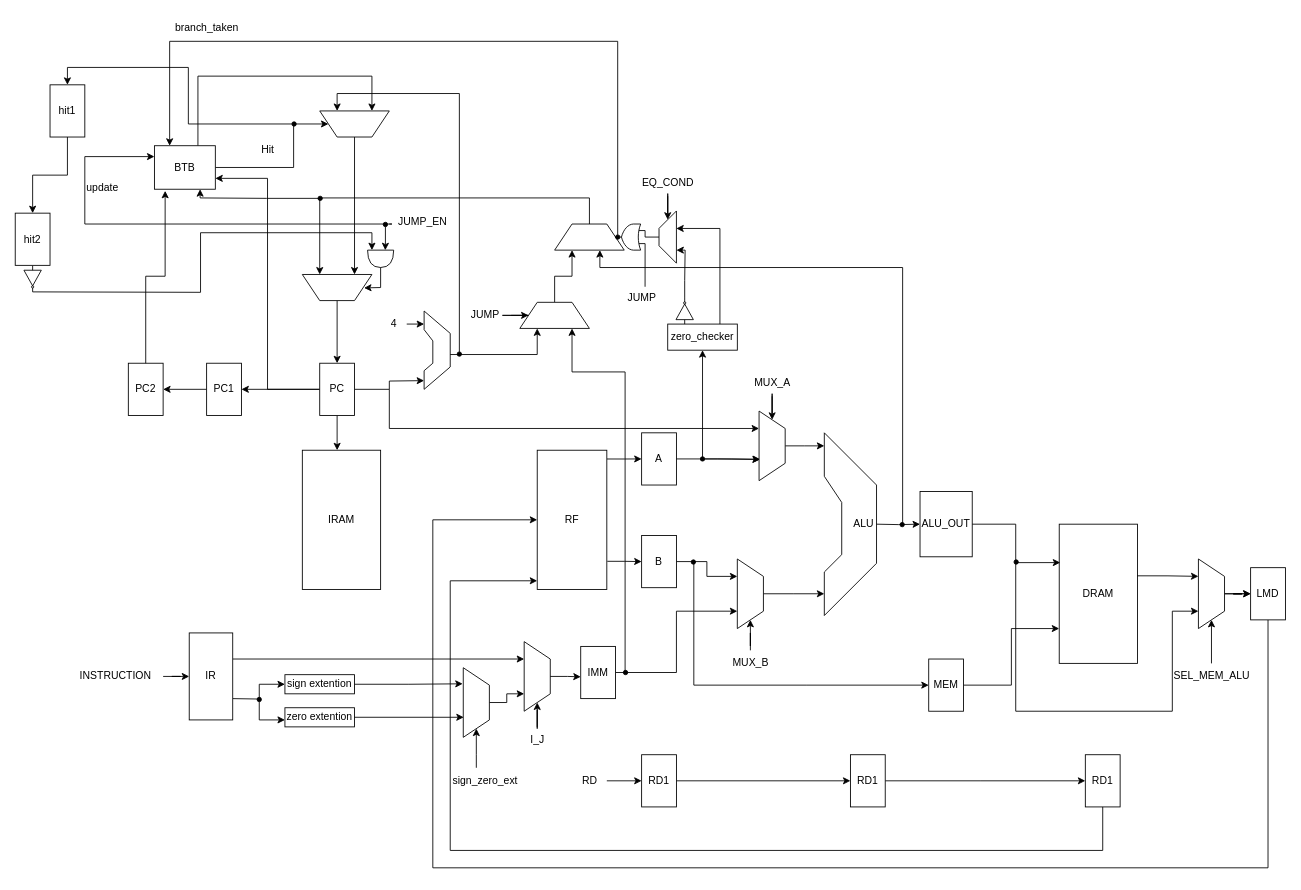
Luca-002/dlx keeps this draw.io diagram as dlx.drawio. Above is the earlier version. Source tidied: cells renumbered, new cells numbered last; positions are measured from the earlier drawing's top-left corner, leaving out a move shared by most shapes. Both pictures are drawn from the tidied source at 87%, with x=0, y=0 at pixel (15, 15).
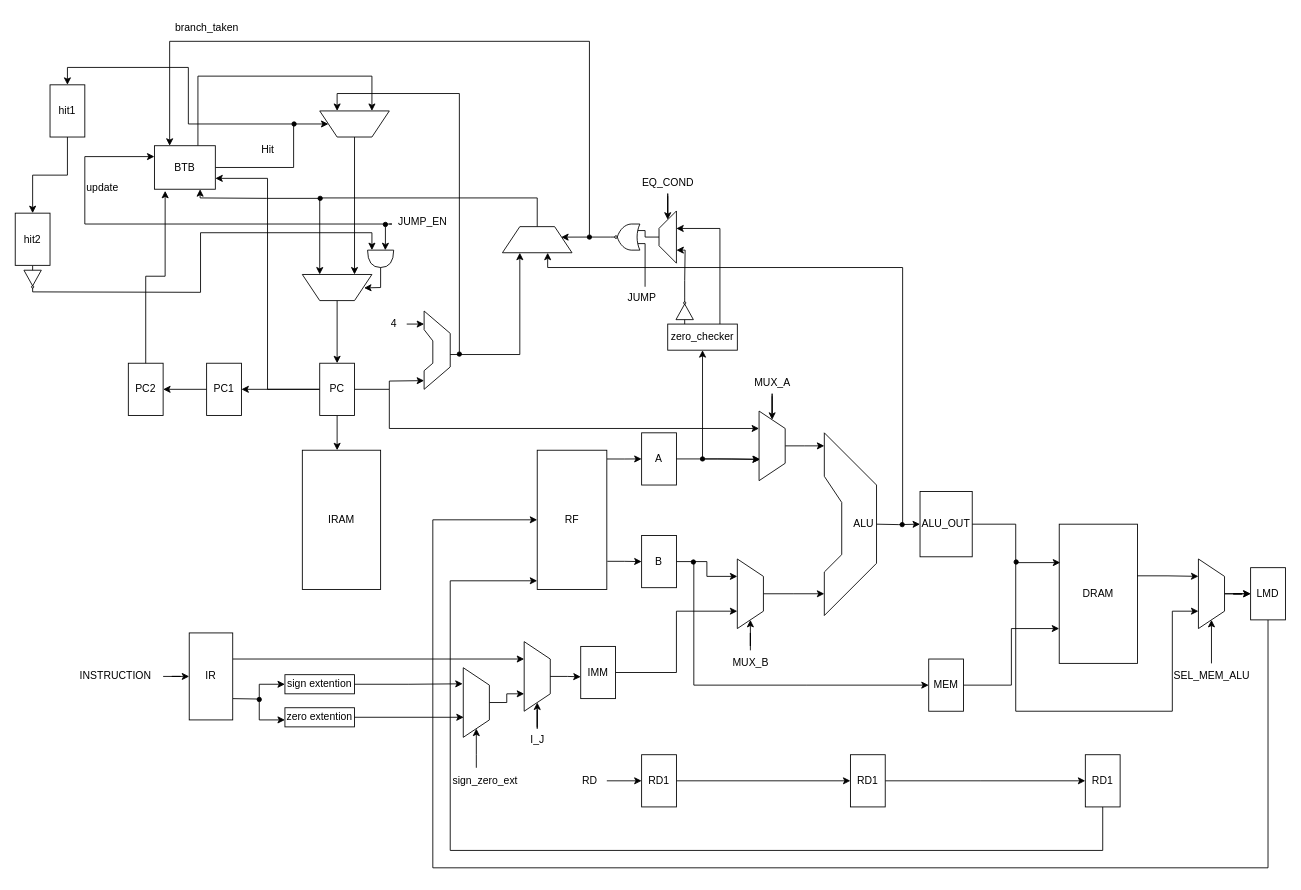
Above is the later version.

The change refers to these unchanged cells:
```xml
<mxCell id="79" style="shape=trapezoid;perimeter=trapezoidPerimeter;whiteSpace=wrap;html=1;fixedSize=1;rotation=-90;" parent="1" vertex="1">
  <mxGeometry x="720" y="245" width="60" height="20" as="geometry" />
</mxCell>
<mxCell id="100" style="shape=trapezoid;perimeter=trapezoidPerimeter;whiteSpace=wrap;html=1;fixedSize=1;rotation=-180;" parent="1" vertex="1">
  <mxGeometry x="330" y="298" width="80" height="30" as="geometry" />
</mxCell>
<mxCell id="102" value="JUMP" style="text;html=1;align=center;verticalAlign=middle;points=[];strokeColor=none;fillColor=none;" parent="1" vertex="1">
  <mxGeometry x="690" y="310" width="60" height="30" as="geometry" />
</mxCell>
<mxCell id="110" value="&lt;div&gt;BTB&lt;/div&gt;" style="whiteSpace=wrap;html=1;" parent="1" vertex="1">
  <mxGeometry x="160" y="150" width="70" height="50" as="geometry" />
</mxCell>
```

Diff of the diagram source:
```diff
@@
     <mxCell id="66" style="edgeStyle=orthogonalEdgeStyle;rounded=0;jettySize=auto;html=1;entryX=0.75;entryY=1;entryDx=0;entryDy=0;" parent="1" edge="1" source="67" target="100">
       <mxGeometry relative="1" as="geometry">
         <Array as="points">
-          <mxPoint x="660" y="210" />
+          <mxPoint x="600" y="210" />
           <mxPoint x="350" y="210" />
         </Array>
       </mxGeometry>
     </mxCell>
     <mxCell id="67" style="shape=trapezoid;perimeter=trapezoidPerimeter;whiteSpace=wrap;html=1;fixedSize=1;rotation=0;" parent="1" vertex="1">
-      <mxGeometry x="620" y="240" width="80" height="30" as="geometry" />
+      <mxGeometry x="560" y="243" width="80" height="30" as="geometry" />
     </mxCell>
     <mxCell id="68" style="edgeStyle=orthogonalEdgeStyle;rounded=0;orthogonalLoop=1;jettySize=auto;html=1;" parent="1" edge="1">
       <mxGeometry relative="1" as="geometry">
         <mxPoint x="1020" y="585" as="sourcePoint" />
-        <mxPoint x="672" y="270" as="targetPoint" />
+        <mxPoint x="612" y="273" as="targetPoint" />
         <Array as="points">
           <mxPoint x="1020" y="290" />
-          <mxPoint x="672" y="290" />
+          <mxPoint x="612" y="290" />
         </Array>
       </mxGeometry>
     </mxCell>
@@
-    <mxCell id="77" style="edgeStyle=orthogonalEdgeStyle;rounded=0;jettySize=auto;html=1;entryX=0;entryY=0.5;entryDx=0;entryDy=0;" parent="1" edge="1" source="78" target="97">
-      <mxGeometry relative="1" as="geometry" />
-    </mxCell>
-    <mxCell id="78" value="JUMP" style="text;html=1;align=center;verticalAlign=middle;points=[];strokeColor=none;fillColor=none;" parent="1" vertex="1">
-      <mxGeometry x="510" y="330" width="60" height="30" as="geometry" />
-    </mxCell>
@@
-    <mxCell id="90" style="endArrow=classic;html=1;rounded=0;entryX=0.75;entryY=1;entryDx=0;entryDy=0;" parent="1" edge="1" target="97">
-      <mxGeometry relative="1" as="geometry">
-        <mxPoint x="701" y="755" as="sourcePoint" />
-        <Array as="points">
-          <mxPoint x="701" y="410" />
-          <mxPoint x="640" y="410" />
-        </Array>
-      </mxGeometry>
-    </mxCell>
-    <mxCell id="91" style="ellipse;whiteSpace=wrap;html=1;fillColor=#000000;" parent="1" vertex="1">
-      <mxGeometry x="699" y="753" width="5" height="5" as="geometry" />
-    </mxCell>
@@
-    <mxCell id="96" style="edgeStyle=orthogonalEdgeStyle;rounded=0;jettySize=auto;html=1;entryX=0.25;entryY=1;entryDx=0;entryDy=0;" parent="1" edge="1" source="97" target="67">
-      <mxGeometry relative="1" as="geometry" />
-    </mxCell>
-    <mxCell id="97" style="shape=trapezoid;perimeter=trapezoidPerimeter;whiteSpace=wrap;html=1;fixedSize=1;rotation=0;" parent="1" vertex="1">
-      <mxGeometry x="580" y="330" width="80" height="30" as="geometry" />
-    </mxCell>
-    <mxCell id="98" style="endArrow=classic;html=1;rounded=0;entryX=0.25;entryY=1;entryDx=0;entryDy=0;" parent="1" edge="1" target="97">
+    <mxCell id="98" style="endArrow=classic;html=1;rounded=0;entryX=0.25;entryY=1;entryDx=0;entryDy=0;" parent="1" edge="1" target="67">
       <mxGeometry relative="1" as="geometry">
         <mxPoint x="500" y="390" as="sourcePoint" />
         <Array as="points">
-          <mxPoint x="600" y="390" />
+          <mxPoint x="580" y="390" />
         </Array>
       </mxGeometry>
     </mxCell>
@@
-    <mxCell id="101" style="endArrow=none;html=1;rounded=0;entryX=0.5;entryY=0;entryDx=0;entryDy=0;exitX=0;exitY=0.75;exitDx=0;exitDy=0;exitPerimeter=0;" parent="1" edge="1" source="107" target="79">
+    <mxCell id="101" style="endArrow=none;html=1;rounded=0;entryX=0.5;entryY=0;entryDx=0;entryDy=0;exitX=0;exitY=0.75;exitDx=0;exitDy=0;exitPerimeter=0;" parent="1" edge="1" target="79">
       <mxGeometry relative="1" as="geometry">
+        <mxPoint x="724" y="247.5" as="sourcePoint" />
         <Array as="points">
           <mxPoint x="724" y="255" />
         </Array>
       </mxGeometry>
     </mxCell>
@@
-    <mxCell id="103" style="endArrow=none;html=1;rounded=0;entryX=0;entryY=0.25;entryDx=0;entryDy=0;entryPerimeter=0;exitX=0.566;exitY=0.07;exitDx=0;exitDy=0;exitPerimeter=0;" parent="1" edge="1" source="102" target="107">
-      <mxGeometry relative="1" as="geometry" />
+    <mxCell id="103" style="endArrow=none;html=1;rounded=0;entryX=0;entryY=0.25;entryDx=0;entryDy=0;entryPerimeter=0;exitX=0.566;exitY=0.07;exitDx=0;exitDy=0;exitPerimeter=0;" parent="1" edge="1" source="102">
+      <mxGeometry relative="1" as="geometry">
+        <mxPoint x="724" y="262.5" as="targetPoint" />
+      </mxGeometry>
     </mxCell>
@@
-    <mxCell id="107" style="verticalLabelPosition=bottom;shadow=0;dashed=0;align=center;html=1;verticalAlign=top;shape=mxgraph.electrical.logic_gates.logic_gate;operation=or;rotation=-180;" parent="1" vertex="1">
-      <mxGeometry x="690" y="240" width="34" height="30" as="geometry" />
-    </mxCell>
@@
     <mxCell id="122" style="edgeStyle=orthogonalEdgeStyle;rounded=0;jettySize=auto;html=1;entryX=0.25;entryY=0;entryDx=0;entryDy=0;" parent="1" edge="1" source="123" target="110">
       <mxGeometry relative="1" as="geometry">
         <Array as="points">
-          <mxPoint x="693" y="30" />
-          <mxPoint x="177" y="30" />
+          <mxPoint x="660" y="255" />
+          <mxPoint x="660" y="30" />
+          <mxPoint x="178" y="30" />
         </Array>
       </mxGeometry>
     </mxCell>
     <mxCell id="123" style="ellipse;whiteSpace=wrap;html=1;fillColor=#000000;" parent="1" vertex="1">
-      <mxGeometry x="690" y="252.5" width="5" height="5" as="geometry" />
+      <mxGeometry x="657.5" y="252.5" width="5" height="5" as="geometry" />
     </mxCell>
@@
+    <mxCell id="150" style="verticalLabelPosition=bottom;shadow=0;dashed=0;align=center;html=1;verticalAlign=top;shape=mxgraph.electrical.logic_gates.logic_gate;operation=or;negating=1;negSize=0.15;rotation=-180;" parent="1" vertex="1">
+      <mxGeometry x="684" y="240" width="40" height="30" as="geometry" />
+    </mxCell>
+    <mxCell id="151" style="edgeStyle=orthogonalEdgeStyle;rounded=0;jettySize=auto;html=1;entryX=0.844;entryY=0.402;entryDx=0;entryDy=0;entryPerimeter=0;" parent="1" edge="1" source="150" target="67">
+      <mxGeometry relative="1" as="geometry" />
+    </mxCell>
```
